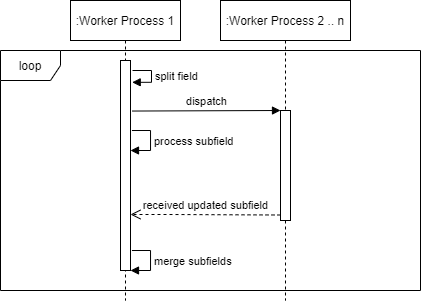
Above: concept/images/mpi_sequence.drawio.png in al3xfischer/wator (draw.io), before the change. Source tidied: cells renumbered, new cells last; positions are measured from the earlier drawing's top-left corner, leaving out a move shared by most shapes.
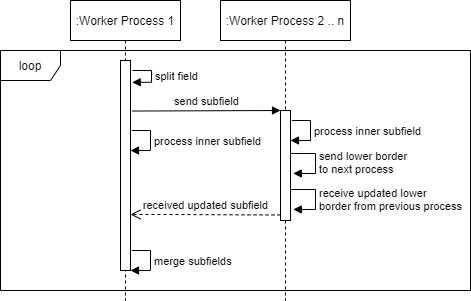
Later version of the same file.

Commit message:
refine border updates.

Diff of the diagram source:
```diff
@@ -3,7 +3,7 @@
     <mxCell id="0" />
     <mxCell id="1" parent="0" />
     <mxCell id="2" value="loop" style="shape=umlFrame;whiteSpace=wrap;html=1;" parent="1" vertex="1">
-      <mxGeometry y="50" width="420" height="240" as="geometry" />
+      <mxGeometry y="50" width="470" height="240" as="geometry" />
     </mxCell>
     <mxCell id="3" value=":Worker Process 1" style="shape=umlLifeline;perimeter=lifelinePerimeter;whiteSpace=wrap;html=1;" parent="1" vertex="1">
       <mxGeometry x="70" width="110" height="300" as="geometry" />
@@ -20,7 +20,7 @@
         </Array>
       </mxGeometry>
     </mxCell>
-    <mxCell id="6" value="process subfield" style="edgeStyle=orthogonalEdgeStyle;html=1;align=left;spacingLeft=2;endArrow=block;rounded=0;entryX=1;entryY=0;exitX=1.143;exitY=0.667;exitDx=0;exitDy=0;exitPerimeter=0;" parent="3" edge="1">
+    <mxCell id="6" value="process inner subfield" style="edgeStyle=orthogonalEdgeStyle;html=1;align=left;spacingLeft=2;endArrow=block;rounded=0;entryX=1;entryY=0;exitX=1.143;exitY=0.667;exitDx=0;exitDy=0;exitPerimeter=0;" parent="3" edge="1">
       <mxGeometry relative="1" as="geometry">
         <mxPoint x="61.4" y="130" as="sourcePoint" />
         <mxPoint x="60" y="150" as="targetPoint" />
@@ -36,7 +36,7 @@
     <mxCell id="8" style="html=1;points=[];perimeter=orthogonalPerimeter;" parent="7" vertex="1">
       <mxGeometry x="60" y="110" width="10" height="110" as="geometry" />
     </mxCell>
-    <mxCell id="9" value="dispatch" style="html=1;verticalAlign=bottom;endArrow=block;entryX=0;entryY=0;exitX=1.198;exitY=0.018;exitDx=0;exitDy=0;exitPerimeter=0;" parent="1" edge="1" target="8">
+    <mxCell id="9" value="send subfield" style="html=1;verticalAlign=bottom;endArrow=block;entryX=0;entryY=0;exitX=1.198;exitY=0.018;exitDx=0;exitDy=0;exitPerimeter=0;" parent="1" edge="1" target="8">
       <mxGeometry relative="1" as="geometry">
         <mxPoint x="132" y="110.5" as="sourcePoint" />
       </mxGeometry>
@@ -59,5 +59,35 @@
         </Array>
       </mxGeometry>
     </mxCell>
+    <mxCell id="12" value="send lower border &lt;br&gt;to next process" style="edgeStyle=orthogonalEdgeStyle;html=1;align=left;spacingLeft=2;endArrow=block;rounded=0;entryX=1.278;entryY=0.636;entryDx=0;entryDy=0;entryPerimeter=0;" parent="1" edge="1">
+      <mxGeometry relative="1" as="geometry">
+        <mxPoint x="290" y="153" as="sourcePoint" />
+        <mxPoint x="292.8" y="173" as="targetPoint" />
+        <Array as="points">
+          <mxPoint x="315" y="153" />
+          <mxPoint x="315" y="173" />
+        </Array>
+      </mxGeometry>
+    </mxCell>
+    <mxCell id="13" value="receive updated lower&lt;br&gt;border from previous process" style="edgeStyle=orthogonalEdgeStyle;html=1;align=left;spacingLeft=2;endArrow=block;rounded=0;entryX=1.278;entryY=0.636;entryDx=0;entryDy=0;entryPerimeter=0;" parent="1" edge="1">
+      <mxGeometry x="0.04" relative="1" as="geometry">
+        <mxPoint x="290" y="189" as="sourcePoint" />
+        <mxPoint x="292.8" y="209" as="targetPoint" />
+        <Array as="points">
+          <mxPoint x="315" y="189" />
+          <mxPoint x="315" y="209" />
+        </Array>
+      </mxGeometry>
+    </mxCell>
+    <mxCell id="14" value="process inner subfield" style="edgeStyle=orthogonalEdgeStyle;html=1;align=left;spacingLeft=2;endArrow=block;rounded=0;entryX=1;entryY=0;exitX=1.143;exitY=0.667;exitDx=0;exitDy=0;exitPerimeter=0;" parent="1" edge="1">
+      <mxGeometry relative="1" as="geometry">
+        <mxPoint x="291.4" y="120" as="sourcePoint" />
+        <mxPoint x="290" y="140" as="targetPoint" />
+        <Array as="points">
+          <mxPoint x="310" y="120" />
+          <mxPoint x="310" y="140" />
+        </Array>
+      </mxGeometry>
+    </mxCell>
   </root>
 </mxGraphModel>
```
